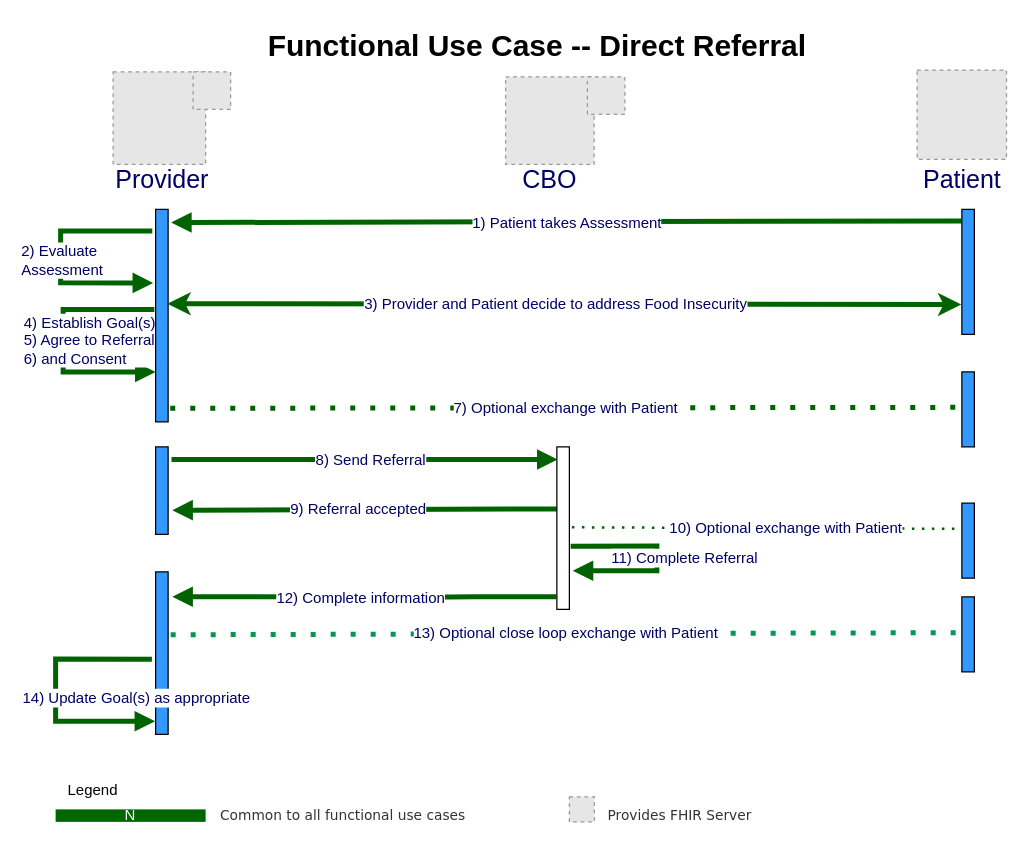
Above: Images Source/FunctionalUseCaseFlowDirectReferral3.drawio in HL7/fhir-sdoh-clinicalcare (draw.io), before the change. Source tidied: cells renumbered, new cells numbered last; positions are measured from the earlier drawing's top-left corner, leaving out a move shared by most shapes. Both pictures are drawn from the tidied source at 125%, with x=0, y=0 at pixel (55, 21). Pictures stored in the file or linked from it are replaced by grey dashed boxes.
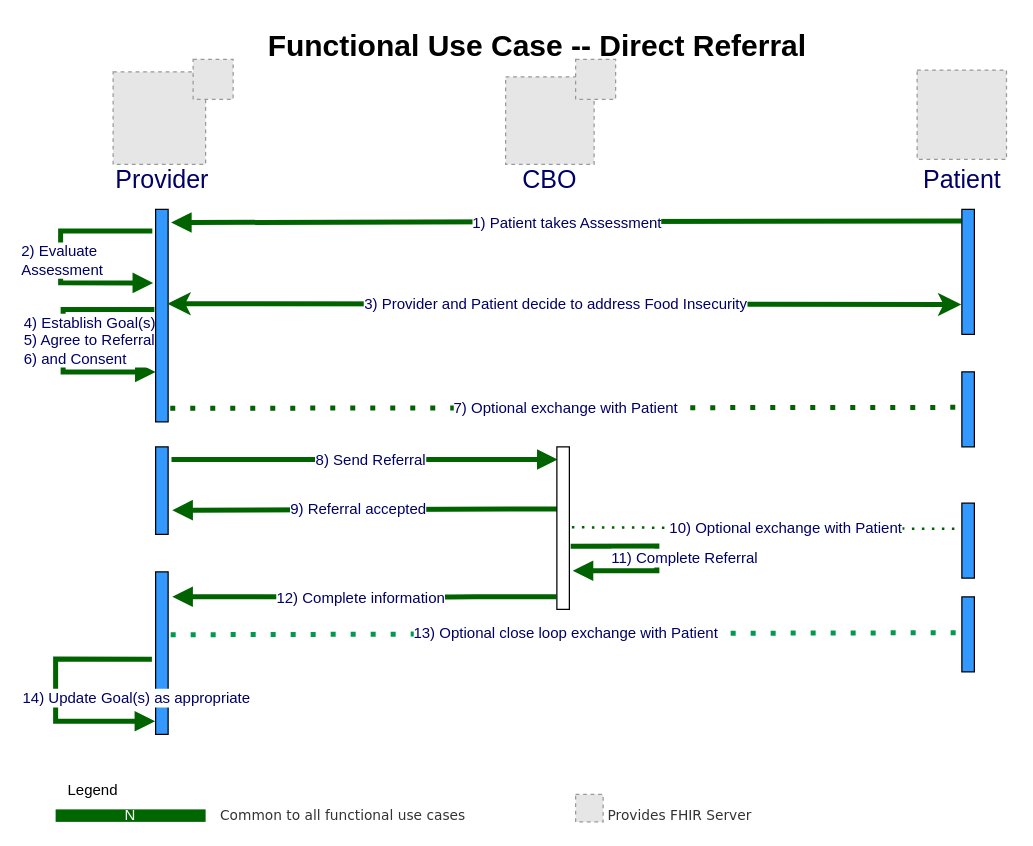
Above is the later version.

What changed in the source:
```diff
@@
-    <mxCell id="32" style="fillColor=#E6E6E6;strokeColor=#999999;dashed=1;verticalLabelPosition=bottom;verticalAlign=top;fontSize=12;fontColor=#000066;" parent="1" vertex="1">
-      <mxGeometry x="425.4" y="44" width="30" height="30" as="geometry" />
-    </mxCell>
-    <mxCell id="33" style="fillColor=#E6E6E6;strokeColor=#999999;dashed=1;verticalLabelPosition=bottom;verticalAlign=top;fontSize=12;fontColor=#000066;" parent="1" vertex="1">
-      <mxGeometry x="110" y="40" width="30" height="30" as="geometry" />
-    </mxCell>
@@
-    <mxCell id="35" style="fillColor=#E6E6E6;strokeColor=#999999;dashed=1;verticalLabelPosition=bottom;verticalAlign=top;fontSize=12;fontColor=#000066;" parent="1" vertex="1">
-      <mxGeometry x="411" y="620" width="20" height="20" as="geometry" />
-    </mxCell>
+    <mxCell id="36" style="fillColor=#E6E6E6;strokeColor=#999999;dashed=1;verticalLabelPosition=bottom;verticalAlign=top;fontSize=12;fontColor=#990000;" parent="1" vertex="1">
+      <mxGeometry x="110" y="30" width="32" height="32" as="geometry" />
+    </mxCell>
+    <mxCell id="37" style="fillColor=#E6E6E6;strokeColor=#999999;dashed=1;verticalLabelPosition=bottom;verticalAlign=top;fontSize=12;fontColor=#990000;" parent="1" vertex="1">
+      <mxGeometry x="416" y="30" width="32" height="32" as="geometry" />
+    </mxCell>
+    <mxCell id="38" style="fillColor=#E6E6E6;strokeColor=#999999;dashed=1;verticalLabelPosition=bottom;verticalAlign=top;fontSize=12;fontColor=#990000;" parent="1" vertex="1">
+      <mxGeometry x="416" y="618" width="22" height="22" as="geometry" />
+    </mxCell>
```
